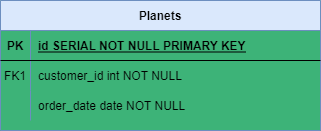
Above: DB/Planets ER Diagram.png in tsgsOFFICIAL/Kilgharrah (draw.io), before the change. Source tidied: cells renumbered, new cells last; positions are measured from the earlier drawing's top-left corner, leaving out a move shared by most shapes.
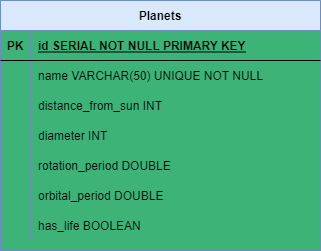
Above is the later version.

The edit, as a diff of the source:
```diff
@@ -3,7 +3,7 @@
     <mxCell id="0" />
     <mxCell id="1" parent="0" />
     <mxCell id="2" value="Planets" style="shape=table;startSize=30;rowLines=0;fontStyle=1;align=center;fillColor=#dae8fc;strokeColor=#6c8ebf;" parent="1" vertex="1">
-      <mxGeometry width="320" height="130" as="geometry" />
+      <mxGeometry width="320" height="250" as="geometry" />
     </mxCell>
     <mxCell id="3" style="shape=partialRectangle;fillColor=none;top=0;left=0;right=0;bottom=1;" parent="2" vertex="1">
       <mxGeometry y="30" width="320" height="30" as="geometry" />
@@ -17,20 +17,56 @@
     <mxCell id="6" style="shape=partialRectangle;fillColor=none;top=0;left=0;right=0;bottom=0;" parent="2" vertex="1">
       <mxGeometry y="60" width="320" height="30" as="geometry" />
     </mxCell>
-    <mxCell id="7" value="FK1" style="shape=partialRectangle;overflow=hidden;fillColor=none;top=0;left=0;bottom=0;right=0;" parent="6" vertex="1">
+    <mxCell id="7" style="shape=partialRectangle;overflow=hidden;fillColor=none;top=0;left=0;bottom=0;right=0;" parent="6" vertex="1">
       <mxGeometry width="30" height="30" as="geometry" />
     </mxCell>
-    <mxCell id="8" value="customer_id int NOT NULL" style="shape=partialRectangle;overflow=hidden;fillColor=none;top=0;left=0;bottom=0;right=0;align=left;spacingLeft=6;" parent="6" vertex="1">
+    <mxCell id="8" value="name VARCHAR(50) UNIQUE NOT NULL" style="shape=partialRectangle;overflow=hidden;fillColor=none;top=0;left=0;bottom=0;right=0;align=left;spacingLeft=6;" parent="6" vertex="1">
       <mxGeometry x="30" width="290" height="30" as="geometry" />
     </mxCell>
     <mxCell id="9" style="shape=partialRectangle;fillColor=none;top=0;left=0;right=0;bottom=0;" parent="2" vertex="1">
       <mxGeometry y="90" width="320" height="30" as="geometry" />
     </mxCell>
-    <mxCell id="10" style="shape=partialRectangle;overflow=hidden;fillColor=none;top=0;left=0;bottom=0;right=0;" parent="9" vertex="1">
-      <mxGeometry width="30" height="30" as="geometry" />
-    </mxCell>
-    <mxCell id="11" value="order_date date NOT NULL" style="shape=partialRectangle;overflow=hidden;fillColor=none;top=0;left=0;bottom=0;right=0;align=left;spacingLeft=6;" parent="9" vertex="1">
-      <mxGeometry x="30" width="290" height="30" as="geometry" />
-    </mxCell>
+    <mxCell id="12" style="shape=partialRectangle;overflow=hidden;fillColor=none;top=0;left=0;bottom=0;right=0;" parent="9" vertex="1">
+      <mxGeometry width="30" height="30" as="geometry" />
+    </mxCell>
+    <mxCell id="13" value="distance_from_sun INT" style="shape=partialRectangle;overflow=hidden;fillColor=none;top=0;left=0;bottom=0;right=0;align=left;spacingLeft=6;" parent="9" vertex="1">
+      <mxGeometry x="30" width="290" height="30" as="geometry" />
+    </mxCell>
+    <mxCell id="14" style="shape=partialRectangle;fillColor=none;top=0;left=0;right=0;bottom=0;" parent="2" vertex="1">
+      <mxGeometry y="120" width="320" height="30" as="geometry" />
+    </mxCell>
+    <mxCell id="15" style="shape=partialRectangle;overflow=hidden;fillColor=none;top=0;left=0;bottom=0;right=0;" parent="14" vertex="1">
+      <mxGeometry width="30" height="30" as="geometry" />
+    </mxCell>
+    <mxCell id="16" value="diameter INT" style="shape=partialRectangle;overflow=hidden;fillColor=none;top=0;left=0;bottom=0;right=0;align=left;spacingLeft=6;" parent="14" vertex="1">
+      <mxGeometry x="30" width="290" height="30" as="geometry" />
+    </mxCell>
+    <mxCell id="17" style="shape=partialRectangle;fillColor=none;top=0;left=0;right=0;bottom=0;" parent="2" vertex="1">
+      <mxGeometry y="150" width="320" height="30" as="geometry" />
+    </mxCell>
+    <mxCell id="18" style="shape=partialRectangle;overflow=hidden;fillColor=none;top=0;left=0;bottom=0;right=0;" parent="17" vertex="1">
+      <mxGeometry width="30" height="30" as="geometry" />
+    </mxCell>
+    <mxCell id="19" value="rotation_period DOUBLE" style="shape=partialRectangle;overflow=hidden;fillColor=none;top=0;left=0;bottom=0;right=0;align=left;spacingLeft=6;" parent="17" vertex="1">
+      <mxGeometry x="30" width="290" height="30" as="geometry" />
+    </mxCell>
+    <mxCell id="20" style="shape=partialRectangle;fillColor=none;top=0;left=0;right=0;bottom=0;" parent="2" vertex="1">
+      <mxGeometry y="180" width="320" height="30" as="geometry" />
+    </mxCell>
+    <mxCell id="21" style="shape=partialRectangle;overflow=hidden;fillColor=none;top=0;left=0;bottom=0;right=0;" parent="20" vertex="1">
+      <mxGeometry width="30" height="30" as="geometry" />
+    </mxCell>
+    <mxCell id="22" value="orbital_period DOUBLE" style="shape=partialRectangle;overflow=hidden;fillColor=none;top=0;left=0;bottom=0;right=0;align=left;spacingLeft=6;" parent="20" vertex="1">
+      <mxGeometry x="30" width="290" height="30" as="geometry" />
+    </mxCell>
+    <mxCell id="23" style="shape=partialRectangle;fillColor=none;top=0;left=0;right=0;bottom=0;" parent="2" vertex="1">
+      <mxGeometry y="210" width="320" height="30" as="geometry" />
+    </mxCell>
+    <mxCell id="24" style="shape=partialRectangle;overflow=hidden;fillColor=none;top=0;left=0;bottom=0;right=0;" parent="23" vertex="1">
+      <mxGeometry width="30" height="30" as="geometry" />
+    </mxCell>
+    <mxCell id="25" value="has_life BOOLEAN" style="shape=partialRectangle;overflow=hidden;fillColor=none;top=0;left=0;bottom=0;right=0;align=left;spacingLeft=6;" parent="23" vertex="1">
+      <mxGeometry x="30" width="290" height="30" as="geometry" />
+    </mxCell>
   </root>
 </mxGraphModel>
```
